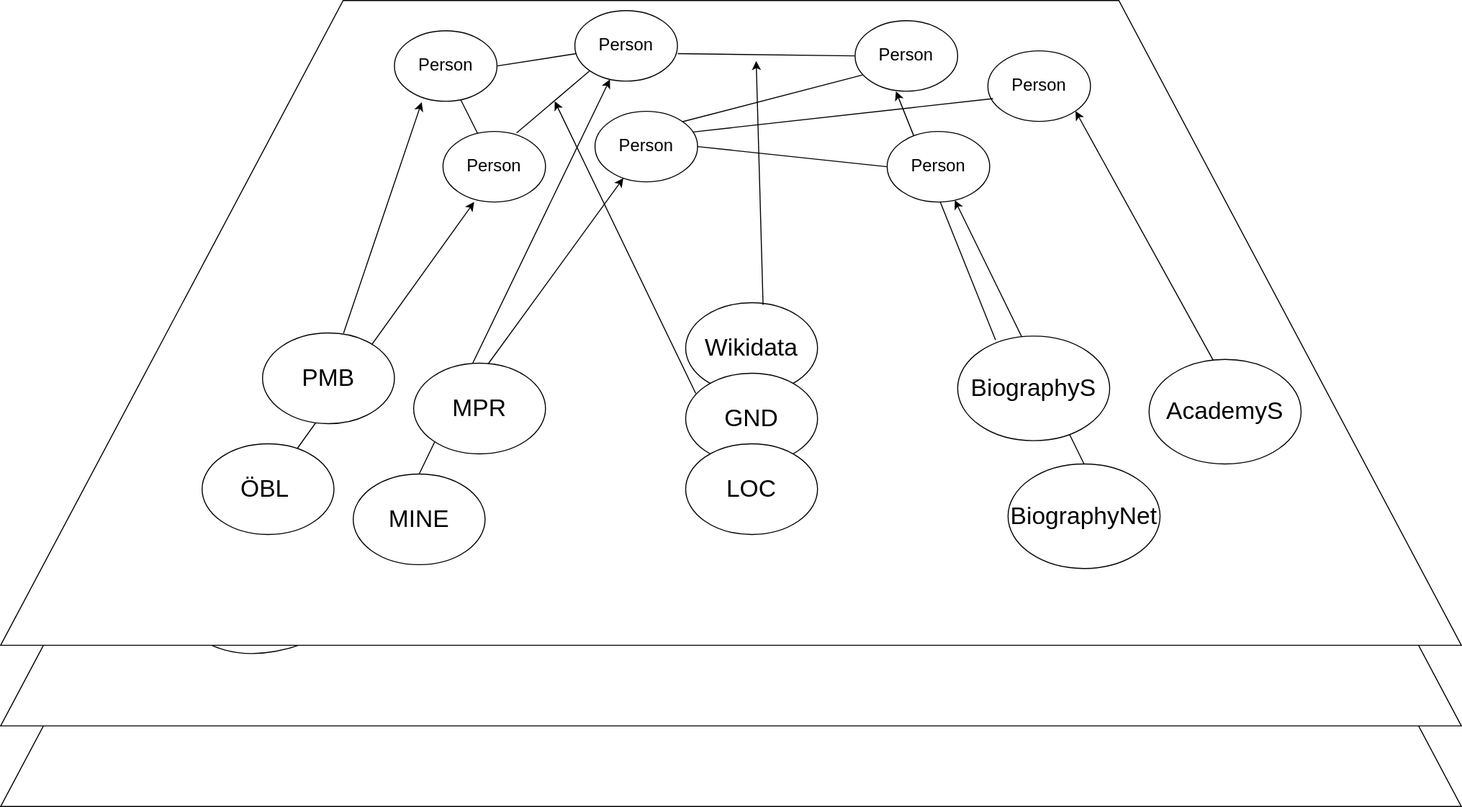
This is images/mine_data_layers_2.drawio.svg from sennierer/mine_presentation_5-2022, a draw.io export, as it was before one commit. Source tidied: cells renumbered, new cells last; positions are measured from the earlier drawing's top-left corner, leaving out a move shared by most shapes.
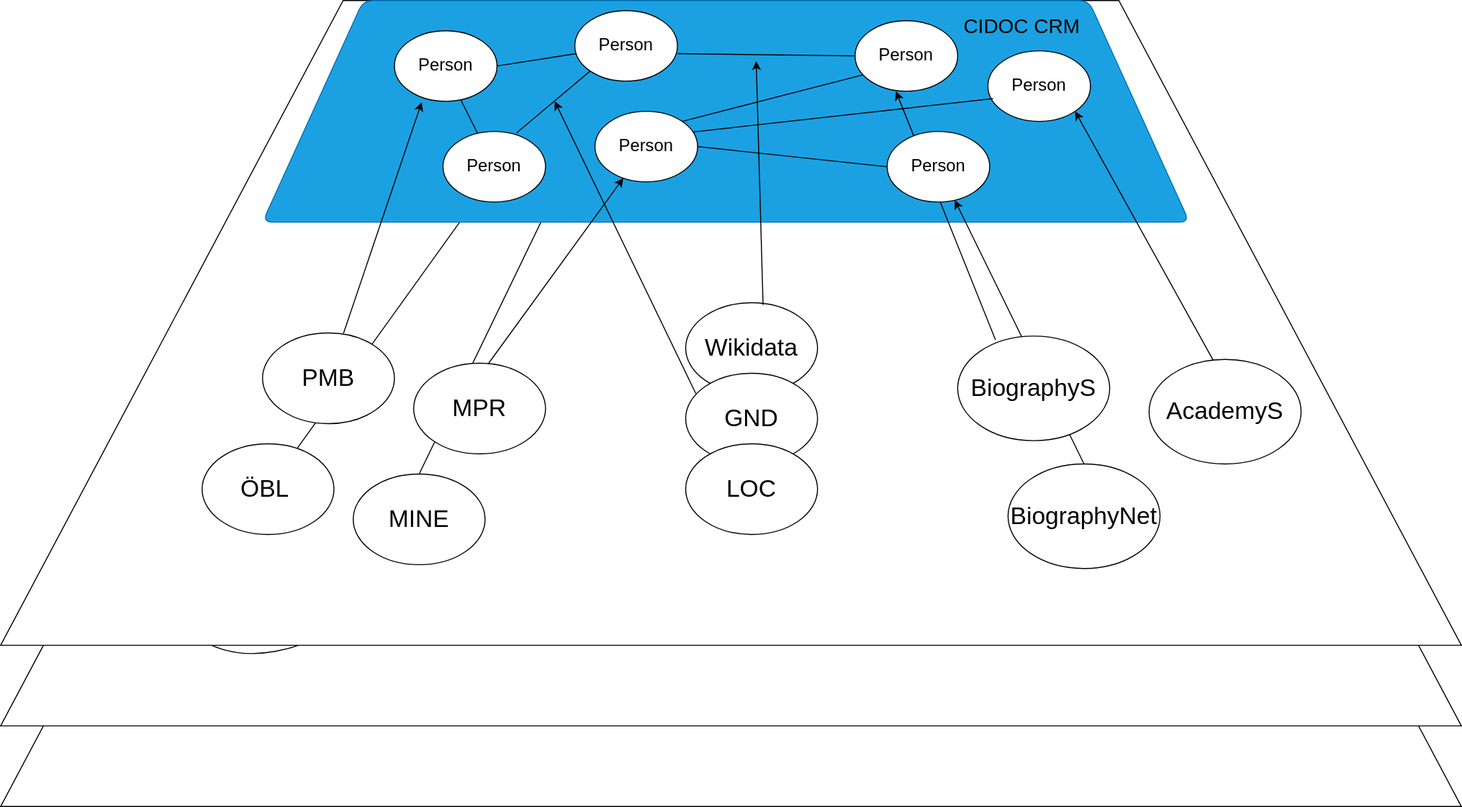
Above is the later version.

Diff of the diagram source:
```diff
@@ -121,7 +121,7 @@
       <mxGeometry width="1450" height="640" as="geometry" />
     </mxCell>
     <mxCell id="40" style="group;" parent="38" vertex="1">
-      <mxGeometry x="200" y="10" width="491.8" height="550" as="geometry" />
+      <mxGeometry x="200" y="10" width="980" height="550" as="geometry" />
     </mxCell>
     <mxCell id="41" value="&lt;font style=&quot;font-size: 24px&quot;&gt;ÖBL&lt;/font&gt;&lt;span style=&quot;color: rgba(0 , 0 , 0 , 0) ; font-family: monospace ; font-size: 0px&quot;&gt;%3CmxGraphModel%3E%3Croot%3E%3CmxCell%20id%3D%220%22%2F%3E%3CmxCell%20id%3D%221%22%20parent%3D%220%22%2F%3E%3CmxCell%20id%3D%222%22%20value%3D%22%26lt%3Bfont%20style%3D%26quot%3Bfont-size%3A%2024px%26quot%3B%26gt%3BNDB%26lt%3B%2Ffont%26gt%3B%22%20style%3D%22ellipse%3BwhiteSpace%3Dwrap%3Bhtml%3D1%3Brounded%3D0%3B%22%20vertex%3D%221%22%20parent%3D%221%22%3E%3CmxGeometry%20x%3D%22-1300%22%20y%3D%22620%22%20width%3D%22130.91%22%20height%3D%2290%22%20as%3D%22geometry%22%2F%3E%3C%2FmxCell%3E%3C%2Froot%3E%3C%2FmxGraphModel%3E&lt;/span&gt;" style="ellipse;whiteSpace=wrap;html=1;rounded=0;" parent="40" vertex="1">
       <mxGeometry y="430" width="130.9" height="90" as="geometry" />
@@ -141,6 +141,9 @@
     <mxCell id="46" value="&lt;span style=&quot;font-size: 24px&quot;&gt;PMB&lt;/span&gt;" style="ellipse;whiteSpace=wrap;html=1;rounded=0;" parent="40" vertex="1">
       <mxGeometry x="60" y="320" width="130.9" height="90" as="geometry" />
     </mxCell>
+    <mxCell id="76" style="shape=trapezoid;perimeter=trapezoidPerimeter;whiteSpace=wrap;html=1;fixedSize=1;size=100;rounded=1;fillColor=#1ba1e2;fontColor=#ffffff;strokeColor=#006EAF;" parent="40" vertex="1">
+      <mxGeometry x="60" y="-10" width="920" height="220" as="geometry" />
+    </mxCell>
     <mxCell id="47" value="&lt;font style=&quot;font-size: 17px&quot;&gt;Person&lt;/font&gt;" style="ellipse;whiteSpace=wrap;html=1;rounded=0;" parent="40" vertex="1">
       <mxGeometry x="190.9" y="20" width="101.8" height="70" as="geometry" />
     </mxCell>
@@ -226,6 +229,9 @@
         <mxPoint x="62.7" y="40" as="targetPoint" />
       </mxGeometry>
     </mxCell>
+    <mxCell id="77" value="&lt;font style=&quot;font-size: 20px&quot;&gt;CIDOC CRM&lt;/font&gt;" style="text;html=1;strokeColor=none;fillColor=none;align=center;verticalAlign=middle;whiteSpace=wrap;rounded=0;" parent="61" vertex="1">
+      <mxGeometry x="262.8" y="-10" width="128.2" height="30" as="geometry" />
+    </mxCell>
     <mxCell id="73" style="endArrow=none;html=1;fontSize=17;entryX=0;entryY=0.5;entryDx=0;entryDy=0;exitX=1;exitY=0.5;exitDx=0;exitDy=0;" parent="34" edge="1" source="50" target="67">
       <mxGeometry relative="1" as="geometry" />
     </mxCell>
```
